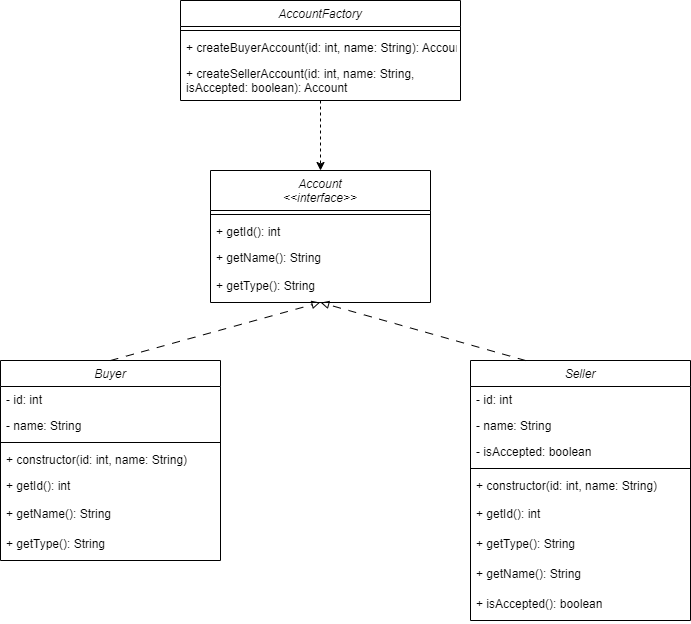
This is Images/Design_Document/Factory.png from Osnaga-Robert/E-commerce_app, a draw.io export, as it was before one commit. Source tidied: cells renumbered, new cells last; positions are measured from the earlier drawing's top-left corner, leaving out a move shared by most shapes.
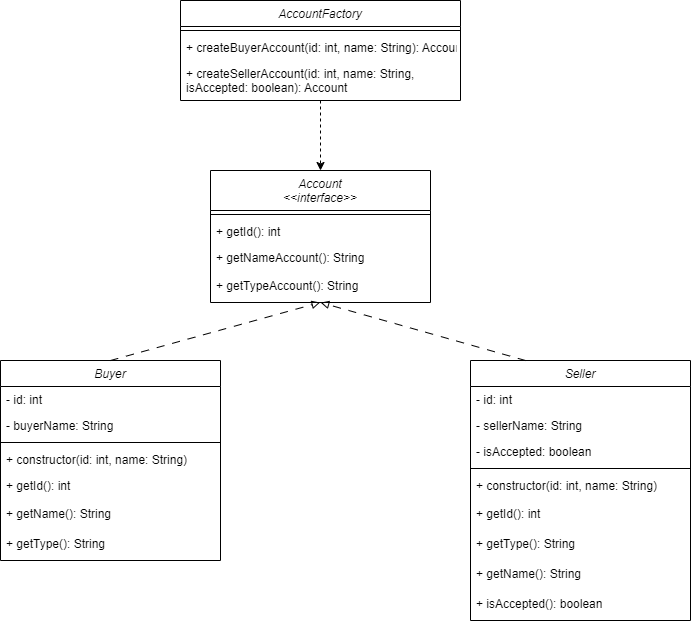
The same diagram one commit later.

What changed in the source:
```diff
@@ -23,10 +23,10 @@
     <mxCell id="8" value="+ getId(): int" style="text;align=left;verticalAlign=top;spacingLeft=4;spacingRight=4;overflow=hidden;" parent="6" vertex="1">
       <mxGeometry y="48" width="220" height="26" as="geometry" />
     </mxCell>
-    <mxCell id="9" value="+ getName(): String" style="text;align=left;verticalAlign=top;spacingLeft=4;spacingRight=4;overflow=hidden;" parent="6" vertex="1">
+    <mxCell id="9" value="+ getNameAccount(): String" style="text;align=left;verticalAlign=top;spacingLeft=4;spacingRight=4;overflow=hidden;" parent="6" vertex="1">
       <mxGeometry y="74" width="220" height="28" as="geometry" />
     </mxCell>
-    <mxCell id="10" value="+ getType(): String" style="text;align=left;verticalAlign=top;spacingLeft=4;spacingRight=4;overflow=hidden;points=[[0,0.5],[1,0.5]];portConstraint=eastwest;" parent="6" vertex="1">
+    <mxCell id="10" value="+ getTypeAccount(): String" style="text;align=left;verticalAlign=top;spacingLeft=4;spacingRight=4;overflow=hidden;points=[[0,0.5],[1,0.5]];portConstraint=eastwest;" parent="6" vertex="1">
       <mxGeometry y="102" width="220" height="30" as="geometry" />
     </mxCell>
     <mxCell id="11" value="Buyer" style="swimlane;fontStyle=2;align=center;verticalAlign=top;horizontal=1;startSize=26;rounded=0;shadow=0;strokeWidth=1;" parent="1" vertex="1">
@@ -35,7 +35,7 @@
     <mxCell id="12" value="- id: int" style="text;align=left;verticalAlign=top;spacingLeft=4;spacingRight=4;overflow=hidden;" parent="11" vertex="1">
       <mxGeometry y="26" width="220" height="26" as="geometry" />
     </mxCell>
-    <mxCell id="13" value="- name: String" style="text;align=left;verticalAlign=top;spacingLeft=4;spacingRight=4;overflow=hidden;rounded=0;shadow=0;html=0;" parent="11" vertex="1">
+    <mxCell id="13" value="- buyerName: String" style="text;align=left;verticalAlign=top;spacingLeft=4;spacingRight=4;overflow=hidden;rounded=0;shadow=0;html=0;" parent="11" vertex="1">
       <mxGeometry y="52" width="220" height="26" as="geometry" />
     </mxCell>
     <mxCell id="14" style="line;html=1;strokeWidth=1;align=left;verticalAlign=middle;spacingTop=-1;spacingLeft=3;spacingRight=3;labelPosition=right;" parent="11" vertex="1">
@@ -59,7 +59,7 @@
     <mxCell id="20" value="- id: int" style="text;align=left;verticalAlign=top;spacingLeft=4;spacingRight=4;overflow=hidden;" parent="19" vertex="1">
       <mxGeometry y="26" width="220" height="26" as="geometry" />
     </mxCell>
-    <mxCell id="21" value="- name: String" style="text;align=left;verticalAlign=top;spacingLeft=4;spacingRight=4;overflow=hidden;rounded=0;shadow=0;html=0;" parent="19" vertex="1">
+    <mxCell id="21" value="- sellerName: String" style="text;align=left;verticalAlign=top;spacingLeft=4;spacingRight=4;overflow=hidden;rounded=0;shadow=0;html=0;" parent="19" vertex="1">
       <mxGeometry y="52" width="220" height="26" as="geometry" />
     </mxCell>
     <mxCell id="22" value="- isAccepted: boolean" style="text;align=left;verticalAlign=top;spacingLeft=4;spacingRight=4;overflow=hidden;" parent="19" vertex="1">
```
